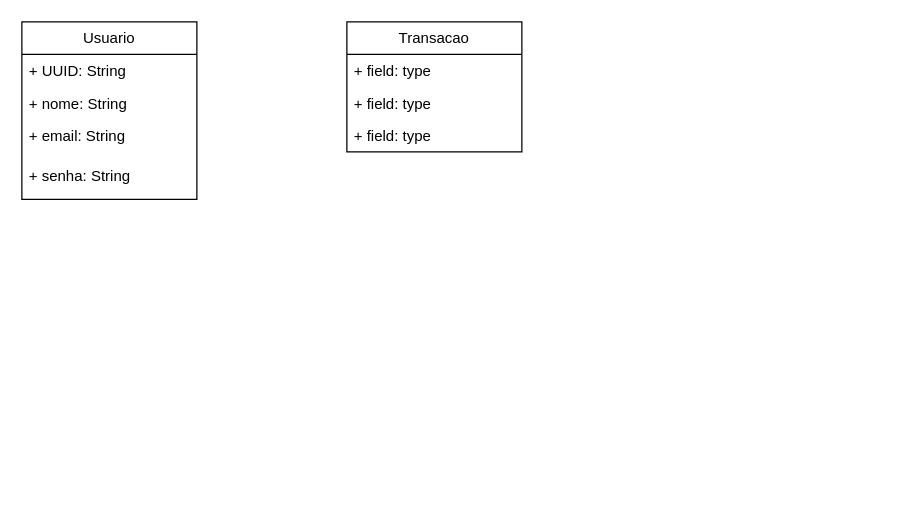
This is Diagramas_Sis-GastosPessoais.drawio from Guilherme-Domingos/Draw.io, a draw.io file, before an edit. Source tidied: cells renumbered, new cells numbered last; positions are measured from the earlier drawing's top-left corner, leaving out a move shared by most shapes. Both pictures are drawn from the tidied source at 125%, with x=0, y=0 at pixel (21, 21).
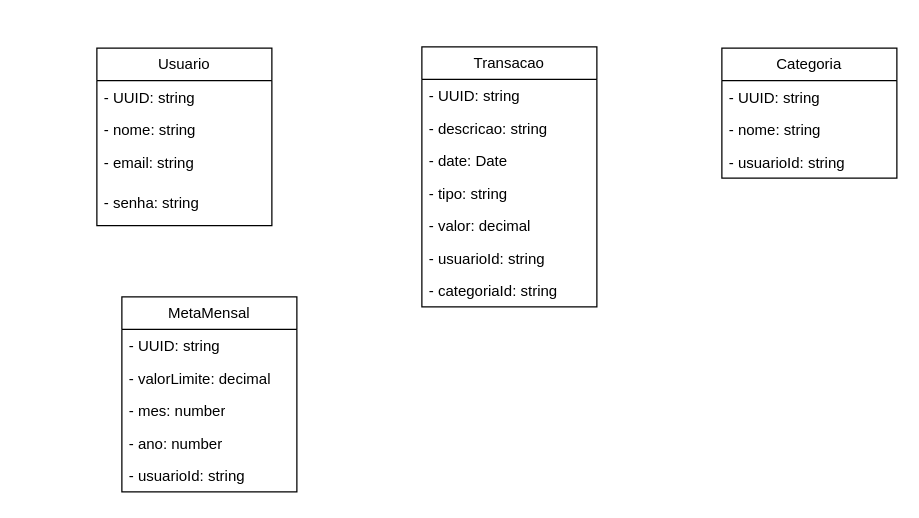
The same page after the edit.

Change to the diagram source:
```diff
@@
     <mxCell id="2" value="Usuario" style="swimlane;fontStyle=0;horizontal=1;startSize=26;fillColor=none;whiteSpace=wrap;html=1;" parent="1" vertex="1">
-      <mxGeometry width="140" height="142" as="geometry" />
+      <mxGeometry x="60" y="21" width="140" height="142" as="geometry" />
     </mxCell>
-    <mxCell id="3" value="+ UUID: String" style="text;strokeColor=none;fillColor=none;align=left;verticalAlign=top;spacingLeft=4;spacingRight=4;overflow=hidden;whiteSpace=wrap;html=1;" parent="2" vertex="1">
+    <mxCell id="3" value="- UUID: string" style="text;strokeColor=none;fillColor=none;align=left;verticalAlign=top;spacingLeft=4;spacingRight=4;overflow=hidden;whiteSpace=wrap;html=1;" parent="2" vertex="1">
       <mxGeometry y="26" width="140" height="26" as="geometry" />
     </mxCell>
-    <mxCell id="4" value="+ nome: String" style="text;strokeColor=none;fillColor=none;align=left;verticalAlign=top;spacingLeft=4;spacingRight=4;overflow=hidden;whiteSpace=wrap;html=1;" parent="2" vertex="1">
+    <mxCell id="4" value="- nome: string" style="text;strokeColor=none;fillColor=none;align=left;verticalAlign=top;spacingLeft=4;spacingRight=4;overflow=hidden;whiteSpace=wrap;html=1;" parent="2" vertex="1">
       <mxGeometry y="52" width="140" height="26" as="geometry" />
     </mxCell>
-    <mxCell id="5" value="+ email: String" style="text;strokeColor=none;fillColor=none;align=left;verticalAlign=top;spacingLeft=4;spacingRight=4;overflow=hidden;whiteSpace=wrap;html=1;" parent="2" vertex="1">
+    <mxCell id="5" value="- email: string" style="text;strokeColor=none;fillColor=none;align=left;verticalAlign=top;spacingLeft=4;spacingRight=4;overflow=hidden;whiteSpace=wrap;html=1;" parent="2" vertex="1">
       <mxGeometry y="78" width="140" height="32" as="geometry" />
     </mxCell>
-    <mxCell id="6" value="+ senha: String" style="text;strokeColor=none;fillColor=none;align=left;verticalAlign=top;spacingLeft=4;spacingRight=4;overflow=hidden;whiteSpace=wrap;html=1;" parent="2" vertex="1">
+    <mxCell id="6" value="- senha: string" style="text;strokeColor=none;fillColor=none;align=left;verticalAlign=top;spacingLeft=4;spacingRight=4;overflow=hidden;whiteSpace=wrap;html=1;" parent="2" vertex="1">
       <mxGeometry y="110" width="140" height="32" as="geometry" />
     </mxCell>
     <mxCell id="7" value="Transacao" style="swimlane;fontStyle=0;horizontal=1;startSize=26;fillColor=none;whiteSpace=wrap;html=1;" parent="1" vertex="1">
-      <mxGeometry x="260" width="140" height="104" as="geometry" />
+      <mxGeometry x="320" y="20" width="140" height="208" as="geometry" />
     </mxCell>
-    <mxCell id="8" value="+ field: type" style="text;strokeColor=none;fillColor=none;align=left;verticalAlign=top;spacingLeft=4;spacingRight=4;overflow=hidden;whiteSpace=wrap;html=1;" parent="7" vertex="1">
+    <mxCell id="8" value="- UUID: string" style="text;strokeColor=none;fillColor=none;align=left;verticalAlign=top;spacingLeft=4;spacingRight=4;overflow=hidden;whiteSpace=wrap;html=1;" parent="7" vertex="1">
       <mxGeometry y="26" width="140" height="26" as="geometry" />
     </mxCell>
-    <mxCell id="9" value="+ field: type" style="text;strokeColor=none;fillColor=none;align=left;verticalAlign=top;spacingLeft=4;spacingRight=4;overflow=hidden;whiteSpace=wrap;html=1;" parent="7" vertex="1">
+    <mxCell id="9" value="- descricao: string" style="text;strokeColor=none;fillColor=none;align=left;verticalAlign=top;spacingLeft=4;spacingRight=4;overflow=hidden;whiteSpace=wrap;html=1;" parent="7" vertex="1">
       <mxGeometry y="52" width="140" height="26" as="geometry" />
     </mxCell>
-    <mxCell id="10" value="+ field: type" style="text;strokeColor=none;fillColor=none;align=left;verticalAlign=top;spacingLeft=4;spacingRight=4;overflow=hidden;whiteSpace=wrap;html=1;" parent="7" vertex="1">
+    <mxCell id="10" value="- date: Date" style="text;strokeColor=none;fillColor=none;align=left;verticalAlign=top;spacingLeft=4;spacingRight=4;overflow=hidden;whiteSpace=wrap;html=1;" parent="7" vertex="1">
       <mxGeometry y="78" width="140" height="26" as="geometry" />
     </mxCell>
+    <mxCell id="11" value="- tipo: string" style="text;strokeColor=none;fillColor=none;align=left;verticalAlign=top;spacingLeft=4;spacingRight=4;overflow=hidden;whiteSpace=wrap;html=1;" parent="7" vertex="1">
+      <mxGeometry y="104" width="140" height="26" as="geometry" />
+    </mxCell>
+    <mxCell id="12" value="- valor: decimal" style="text;strokeColor=none;fillColor=none;align=left;verticalAlign=top;spacingLeft=4;spacingRight=4;overflow=hidden;whiteSpace=wrap;html=1;" parent="7" vertex="1">
+      <mxGeometry y="130" width="140" height="26" as="geometry" />
+    </mxCell>
+    <mxCell id="13" value="- usuarioId: string" style="text;strokeColor=none;fillColor=none;align=left;verticalAlign=top;spacingLeft=4;spacingRight=4;overflow=hidden;whiteSpace=wrap;html=1;" parent="7" vertex="1">
+      <mxGeometry y="156" width="140" height="26" as="geometry" />
+    </mxCell>
+    <mxCell id="14" value="- categoriaId: string" style="text;strokeColor=none;fillColor=none;align=left;verticalAlign=top;spacingLeft=4;spacingRight=4;overflow=hidden;whiteSpace=wrap;html=1;" parent="7" vertex="1">
+      <mxGeometry y="182" width="140" height="26" as="geometry" />
+    </mxCell>
+    <mxCell id="15" value="Categoria" style="swimlane;fontStyle=0;horizontal=1;startSize=26;fillColor=none;whiteSpace=wrap;html=1;" parent="1" vertex="1">
+      <mxGeometry x="560" y="21" width="140" height="104" as="geometry" />
+    </mxCell>
+    <mxCell id="16" value="- UUID: string" style="text;strokeColor=none;fillColor=none;align=left;verticalAlign=top;spacingLeft=4;spacingRight=4;overflow=hidden;whiteSpace=wrap;html=1;" parent="15" vertex="1">
+      <mxGeometry y="26" width="140" height="26" as="geometry" />
+    </mxCell>
+    <mxCell id="17" value="- nome: string" style="text;strokeColor=none;fillColor=none;align=left;verticalAlign=top;spacingLeft=4;spacingRight=4;overflow=hidden;whiteSpace=wrap;html=1;" parent="15" vertex="1">
+      <mxGeometry y="52" width="140" height="26" as="geometry" />
+    </mxCell>
+    <mxCell id="18" value="- usuarioId: string" style="text;strokeColor=none;fillColor=none;align=left;verticalAlign=top;spacingLeft=4;spacingRight=4;overflow=hidden;whiteSpace=wrap;html=1;" parent="15" vertex="1">
+      <mxGeometry y="78" width="140" height="26" as="geometry" />
+    </mxCell>
+    <mxCell id="19" value="MetaMensal" style="swimlane;fontStyle=0;horizontal=1;startSize=26;fillColor=none;whiteSpace=wrap;html=1;" parent="1" vertex="1">
+      <mxGeometry x="80" y="220" width="140" height="156" as="geometry" />
+    </mxCell>
+    <mxCell id="20" value="- UUID: string" style="text;strokeColor=none;fillColor=none;align=left;verticalAlign=top;spacingLeft=4;spacingRight=4;overflow=hidden;whiteSpace=wrap;html=1;" parent="19" vertex="1">
+      <mxGeometry y="26" width="140" height="26" as="geometry" />
+    </mxCell>
+    <mxCell id="21" value="- valorLimite: decimal" style="text;strokeColor=none;fillColor=none;align=left;verticalAlign=top;spacingLeft=4;spacingRight=4;overflow=hidden;whiteSpace=wrap;html=1;" parent="19" vertex="1">
+      <mxGeometry y="52" width="140" height="26" as="geometry" />
+    </mxCell>
+    <mxCell id="22" value="- mes: number" style="text;strokeColor=none;fillColor=none;align=left;verticalAlign=top;spacingLeft=4;spacingRight=4;overflow=hidden;whiteSpace=wrap;html=1;" parent="19" vertex="1">
+      <mxGeometry y="78" width="140" height="26" as="geometry" />
+    </mxCell>
+    <mxCell id="23" value="- ano: number" style="text;strokeColor=none;fillColor=none;align=left;verticalAlign=top;spacingLeft=4;spacingRight=4;overflow=hidden;whiteSpace=wrap;html=1;" parent="19" vertex="1">
+      <mxGeometry y="104" width="140" height="26" as="geometry" />
+    </mxCell>
+    <mxCell id="24" value="- usuarioId: string" style="text;strokeColor=none;fillColor=none;align=left;verticalAlign=top;spacingLeft=4;spacingRight=4;overflow=hidden;whiteSpace=wrap;html=1;" parent="19" vertex="1">
+      <mxGeometry y="130" width="140" height="26" as="geometry" />
+    </mxCell>
```
